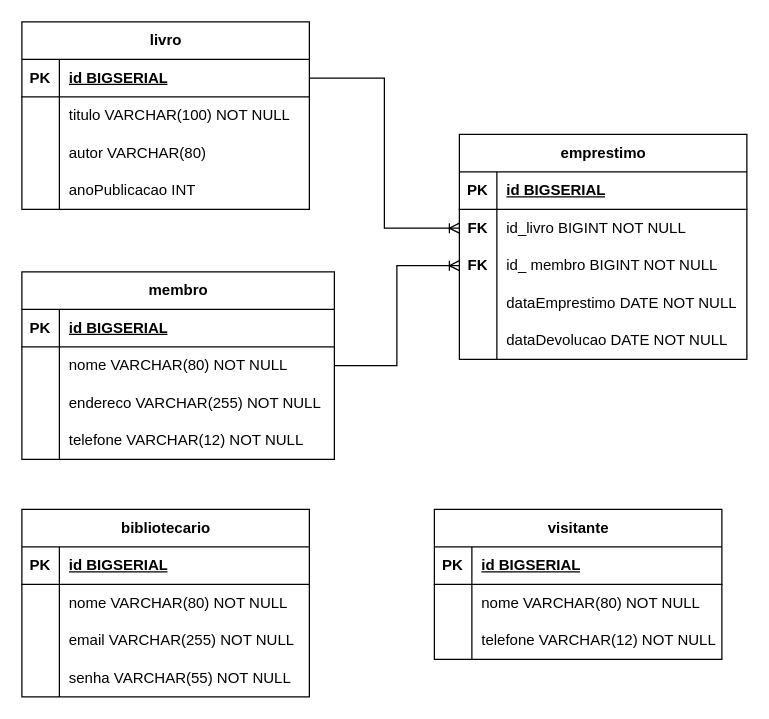
Above: diagrama.drawio in MiguelFazioAssuncao/biblioteca (draw.io), before the change. Source tidied: cells renumbered, new cells numbered last; positions are measured from the earlier drawing's top-left corner, leaving out a move shared by most shapes. Both pictures are drawn from the tidied source at 125%, with x=0, y=0 at pixel (21, 21).
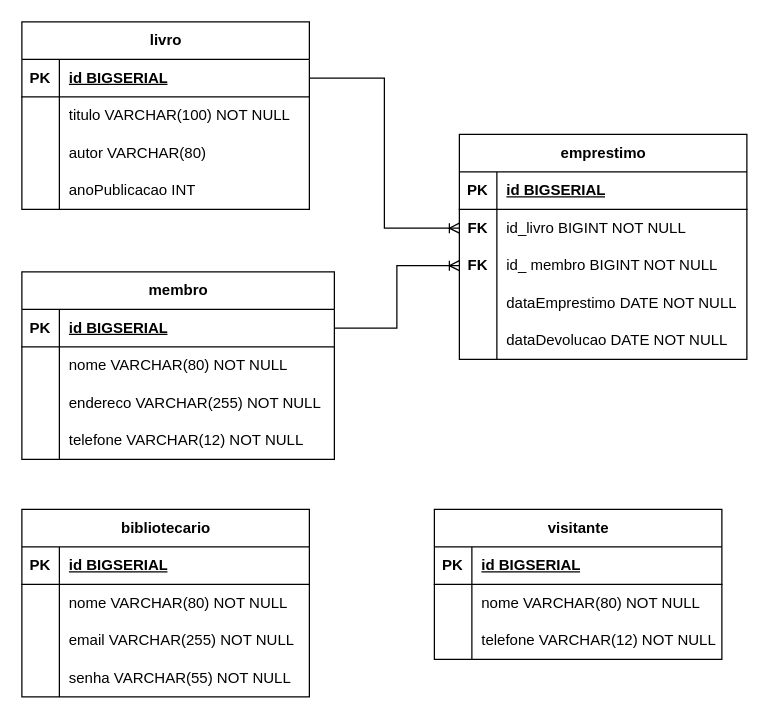
The same page after the edit.

Commit message:
Correção de pequeno erro na tabela de relacionamento

Unchanged cells that the change refers to:
```xml
<mxCell id="16" style="shape=tableRow;horizontal=0;startSize=0;swimlaneHead=0;swimlaneBody=0;fillColor=none;points=[[0,0.5],[1,0.5]];portConstraint=eastwest;top=0;left=0;right=0;bottom=1;" parent="15" vertex="1">
  <mxGeometry y="30" width="250" height="30" as="geometry" />
</mxCell>
<mxCell id="19" style="shape=tableRow;horizontal=0;startSize=0;swimlaneHead=0;swimlaneBody=0;fillColor=none;points=[[0,0.5],[1,0.5]];portConstraint=eastwest;top=0;left=0;right=0;bottom=0;" parent="15" vertex="1">
  <mxGeometry y="60" width="250" height="30" as="geometry" />
</mxCell>
<mxCell id="35" style="shape=tableRow;horizontal=0;startSize=0;swimlaneHead=0;swimlaneBody=0;fillColor=none;points=[[0,0.5],[1,0.5]];portConstraint=eastwest;top=0;left=0;right=0;bottom=0;" parent="28" vertex="1">
  <mxGeometry y="90" width="230" height="30" as="geometry" />
</mxCell>
```

The edit, as a diff of the source:
```diff
@@
-    <mxCell id="46" style="edgeStyle=orthogonalEdgeStyle;rounded=0;jettySize=auto;html=1;exitX=1;exitY=0.5;exitDx=0;exitDy=0;entryX=0;entryY=0.5;entryDx=0;entryDy=0;endArrow=ERoneToMany;endFill=0;" parent="1" edge="1" source="19" target="35">
+    <mxCell id="46" style="edgeStyle=orthogonalEdgeStyle;rounded=0;jettySize=auto;html=1;exitX=1;exitY=0.5;exitDx=0;exitDy=0;entryX=0;entryY=0.5;entryDx=0;entryDy=0;endArrow=ERoneToMany;endFill=0;" parent="1" edge="1" source="16" target="35">
       <mxGeometry relative="1" as="geometry" />
     </mxCell>
```
